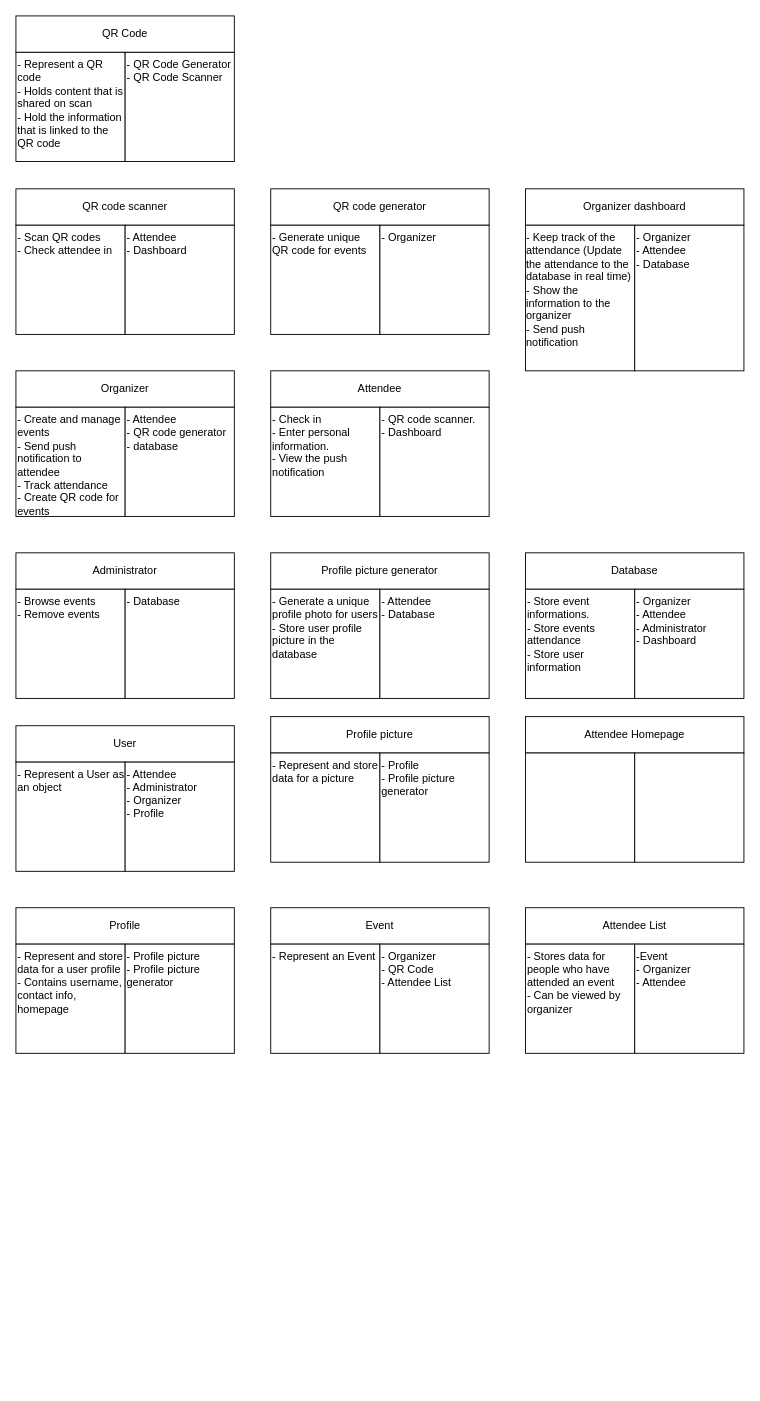
The draw.io diagram CRC.drawio in CMPUT301W24T20/Lins-Second-Strongest-Students, before the edit. Source tidied: cells renumbered, new cells numbered last; positions are measured from the earlier drawing's top-left corner, leaving out a move shared by most shapes. Both pictures are drawn from the tidied source at 91%, with x=0, y=0 at pixel (15, 15).
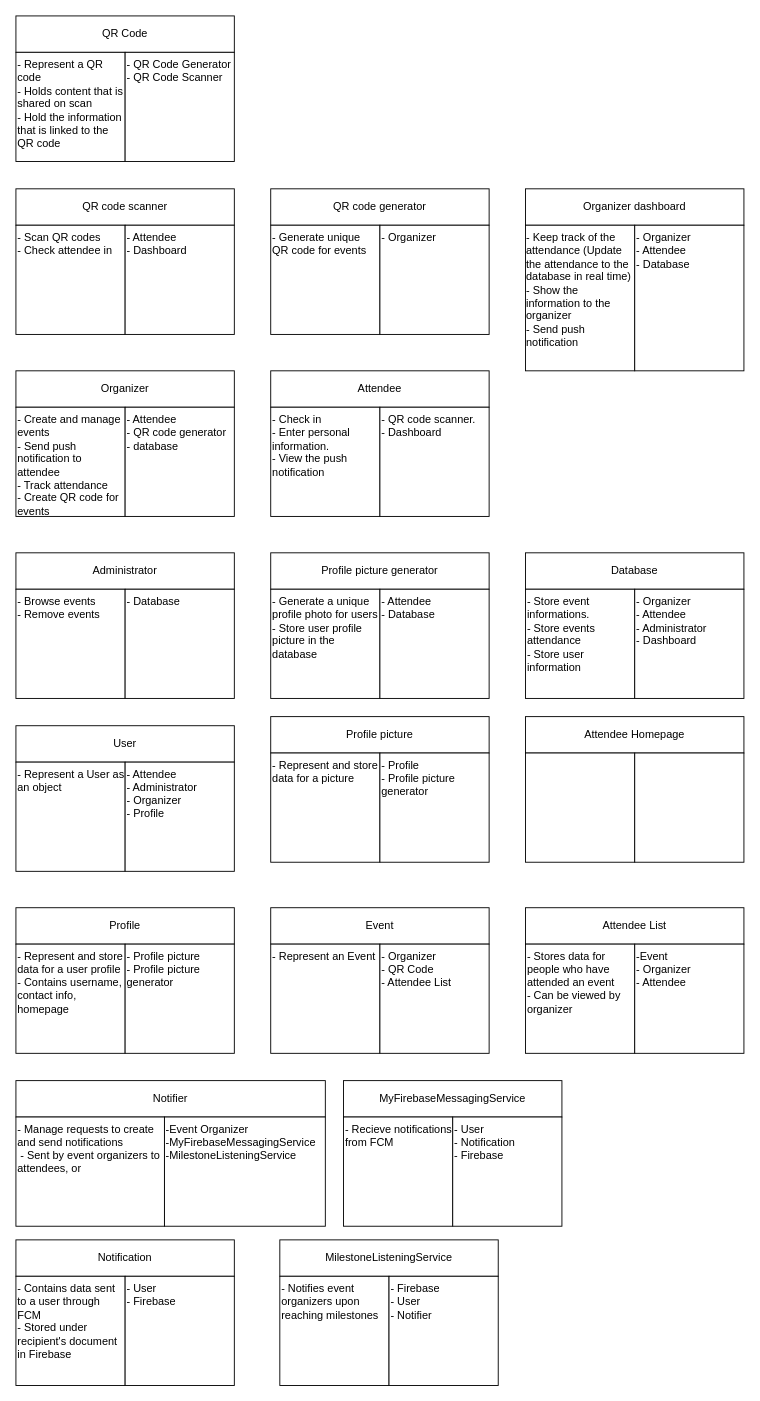
The same diagram, later.

Change to the diagram source:
```diff
@@
+    <mxCell id="62" style="group;" parent="1" vertex="1">
+      <mxGeometry y="1170" width="340" height="160" as="geometry" />
+    </mxCell>
+    <mxCell id="63" value="Notifier" style="rounded=0;whiteSpace=wrap;html=1;" parent="62" vertex="1">
+      <mxGeometry width="340" height="40" as="geometry" />
+    </mxCell>
+    <mxCell id="64" value="- Manage requests to create and send notifications&lt;br&gt;&amp;nbsp;- Sent by event organizers to attendees, or&amp;nbsp;" style="rounded=0;whiteSpace=wrap;html=1;align=left;verticalAlign=top;" parent="62" vertex="1">
+      <mxGeometry y="40" width="163.2" height="120" as="geometry" />
+    </mxCell>
+    <mxCell id="65" value="-Event Organizer&lt;br&gt;-MyFirebaseMessagingService&lt;br&gt;-MilestoneListeningService" style="rounded=0;whiteSpace=wrap;html=1;align=left;verticalAlign=top;" parent="62" vertex="1">
+      <mxGeometry x="163.2" y="40" width="176.8" height="120" as="geometry" />
+    </mxCell>
+    <mxCell id="66" style="group;" parent="1" vertex="1">
+      <mxGeometry x="360" y="1170" width="240" height="160" as="geometry" />
+    </mxCell>
+    <mxCell id="67" value="MyFirebaseMessagingService" style="rounded=0;whiteSpace=wrap;html=1;" parent="66" vertex="1">
+      <mxGeometry width="240" height="40" as="geometry" />
+    </mxCell>
+    <mxCell id="68" value="- Recieve notifications from FCM" style="rounded=0;whiteSpace=wrap;html=1;align=left;verticalAlign=top;" parent="66" vertex="1">
+      <mxGeometry y="40" width="120" height="120" as="geometry" />
+    </mxCell>
+    <mxCell id="69" value="- User&lt;br&gt;- Notification&lt;br&gt;- Firebase" style="rounded=0;whiteSpace=wrap;html=1;align=left;verticalAlign=top;" parent="66" vertex="1">
+      <mxGeometry x="120" y="40" width="120" height="120" as="geometry" />
+    </mxCell>
+    <mxCell id="70" style="group;" parent="1" vertex="1">
+      <mxGeometry y="1345" width="240" height="160" as="geometry" />
+    </mxCell>
+    <mxCell id="71" value="Notification" style="rounded=0;whiteSpace=wrap;html=1;" parent="70" vertex="1">
+      <mxGeometry width="240" height="40" as="geometry" />
+    </mxCell>
+    <mxCell id="72" value="- Contains data sent to a user through FCM&lt;br&gt;- Stored under recipient's document in Firebase" style="rounded=0;whiteSpace=wrap;html=1;align=left;verticalAlign=top;" parent="70" vertex="1">
+      <mxGeometry y="40" width="120" height="120" as="geometry" />
+    </mxCell>
+    <mxCell id="73" value="- User&lt;br&gt;- Firebase" style="rounded=0;whiteSpace=wrap;html=1;align=left;verticalAlign=top;" parent="70" vertex="1">
+      <mxGeometry x="120" y="40" width="120" height="120" as="geometry" />
+    </mxCell>
+    <mxCell id="74" style="group;" parent="1" vertex="1">
+      <mxGeometry x="290" y="1345" width="240" height="160" as="geometry" />
+    </mxCell>
+    <mxCell id="75" value="MilestoneListeningService" style="rounded=0;whiteSpace=wrap;html=1;" parent="74" vertex="1">
+      <mxGeometry width="240" height="40" as="geometry" />
+    </mxCell>
+    <mxCell id="76" value="- Notifies event organizers upon reaching milestones" style="rounded=0;whiteSpace=wrap;html=1;align=left;verticalAlign=top;" parent="74" vertex="1">
+      <mxGeometry y="40" width="120" height="120" as="geometry" />
+    </mxCell>
+    <mxCell id="77" value="- Firebase&lt;br&gt;- User&lt;br&gt;- Notifier" style="rounded=0;whiteSpace=wrap;html=1;align=left;verticalAlign=top;" parent="74" vertex="1">
+      <mxGeometry x="120" y="40" width="120" height="120" as="geometry" />
+    </mxCell>
```
